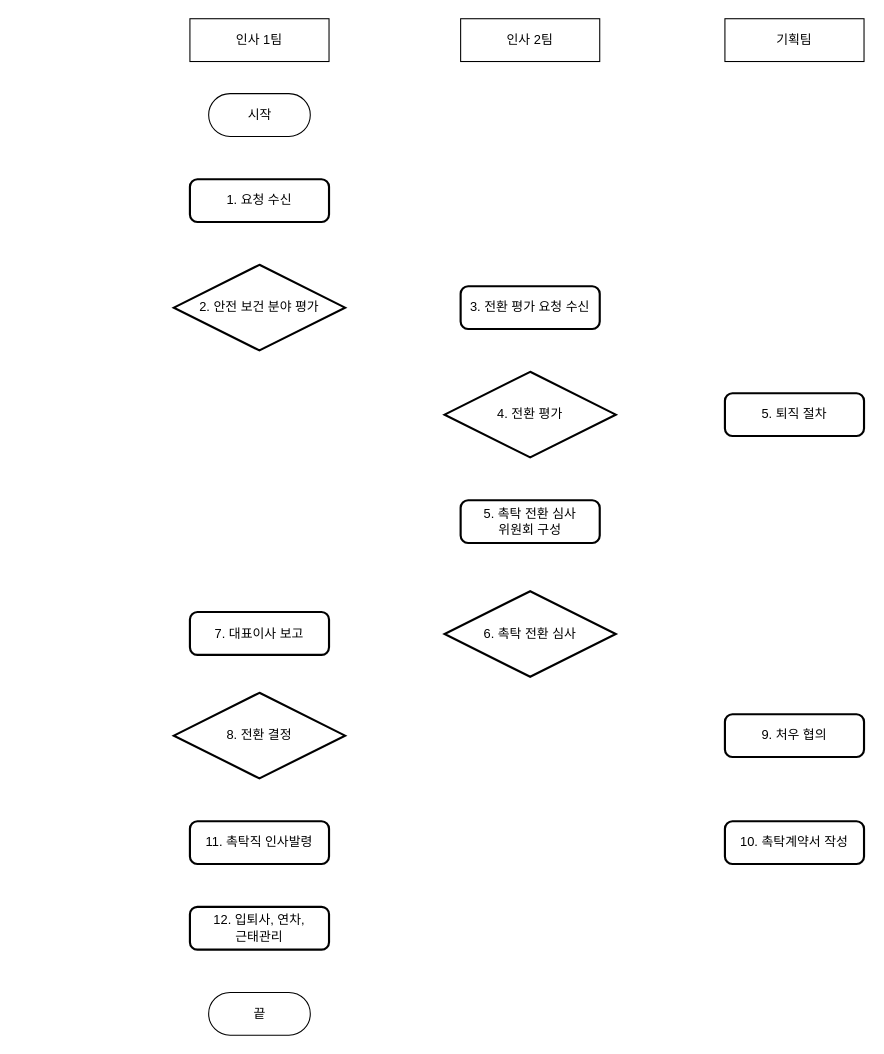
This is 순서도.drawio from everybae/flowchart, a draw.io file, before an edit. Source tidied: cells renumbered, new cells numbered last; positions are measured from the earlier drawing's top-left corner, leaving out a move shared by most shapes. Both pictures are drawn from the tidied source at 107%, with x=0, y=0 at pixel (173, 18).
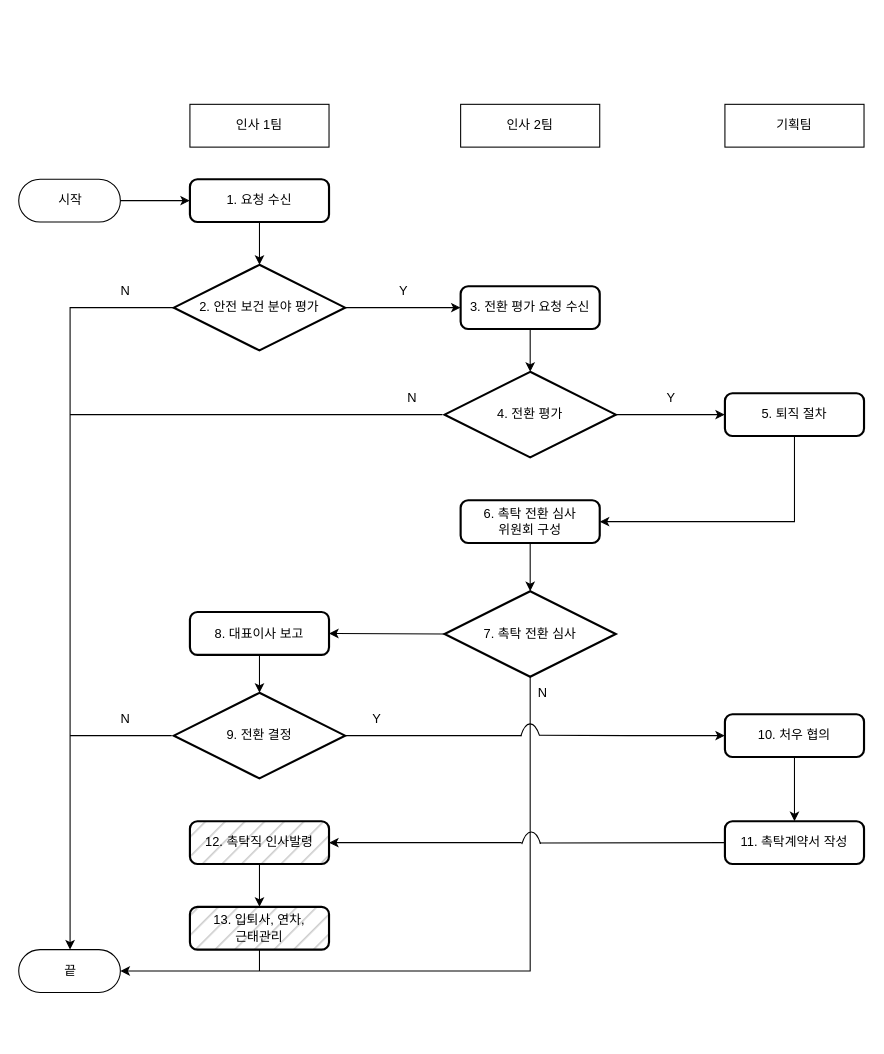
After the change.

Commit message:
순서도.drawio 업데이트

Unchanged cells that the change refers to:
```xml
<mxCell id="6" value="1. 요청 수신" style="rounded=1;whiteSpace=wrap;html=1;absoluteArcSize=1;arcSize=14;strokeWidth=2;" parent="1" vertex="1">
  <mxGeometry x="15" y="150" width="130" height="40" as="geometry" />
</mxCell>
<mxCell id="7" value="2. 안전 보건 분야 평가" style="strokeWidth=2;html=1;shape=mxgraph.flowchart.decision;whiteSpace=wrap;" parent="1" vertex="1">
  <mxGeometry y="230" width="160" height="80" as="geometry" />
</mxCell>
<mxCell id="15" value="3. 전환 평가 요청 수신" style="rounded=1;whiteSpace=wrap;html=1;absoluteArcSize=1;arcSize=14;strokeWidth=2;" parent="1" vertex="1">
  <mxGeometry x="268" y="250" width="130" height="40" as="geometry" />
</mxCell>
<mxCell id="16" value="4. 전환 평가" style="strokeWidth=2;html=1;shape=mxgraph.flowchart.decision;whiteSpace=wrap;" parent="1" vertex="1">
  <mxGeometry x="253" y="330" width="160" height="80" as="geometry" />
</mxCell>
<mxCell id="17" value="5. 퇴직 절차" style="rounded=1;whiteSpace=wrap;html=1;absoluteArcSize=1;arcSize=14;strokeWidth=2;" parent="1" vertex="1">
  <mxGeometry x="515" y="350" width="130" height="40" as="geometry" />
</mxCell>
```

What changed in the source:
```diff
@@
     <mxCell id="2" value="인사 1팀" style="rounded=0;whiteSpace=wrap;html=1;" parent="1" vertex="1">
-      <mxGeometry x="15" width="130" height="40" as="geometry" />
+      <mxGeometry x="15" y="80" width="130" height="40" as="geometry" />
     </mxCell>
     <mxCell id="3" value="인사 2팀" style="rounded=0;whiteSpace=wrap;html=1;" parent="1" vertex="1">
-      <mxGeometry x="268" width="130" height="40" as="geometry" />
+      <mxGeometry x="268" y="80" width="130" height="40" as="geometry" />
     </mxCell>
     <mxCell id="4" value="기획팀" style="rounded=0;whiteSpace=wrap;html=1;" parent="1" vertex="1">
-      <mxGeometry x="515" width="130" height="40" as="geometry" />
+      <mxGeometry x="515" y="80" width="130" height="40" as="geometry" />
     </mxCell>
     <mxCell id="5" value="시작" style="html=1;dashed=0;whitespace=wrap;shape=mxgraph.dfd.start;" parent="1" vertex="1">
-      <mxGeometry x="32.5" y="70" width="95" height="40" as="geometry" />
+      <mxGeometry x="-145" y="150" width="95" height="40" as="geometry" />
     </mxCell>
@@
-    <mxCell id="8" value="5. 촉탁 전환 심사&lt;br&gt;위원회 구성" style="rounded=1;whiteSpace=wrap;html=1;absoluteArcSize=1;arcSize=14;strokeWidth=2;" parent="1" vertex="1">
+    <mxCell id="8" value="6. 촉탁 전환 심사&lt;br&gt;위원회 구성" style="rounded=1;whiteSpace=wrap;html=1;absoluteArcSize=1;arcSize=14;strokeWidth=2;" parent="1" vertex="1">
       <mxGeometry x="268" y="450" width="130" height="40" as="geometry" />
     </mxCell>
-    <mxCell id="9" value="6. 촉탁 전환 심사" style="strokeWidth=2;html=1;shape=mxgraph.flowchart.decision;whiteSpace=wrap;" parent="1" vertex="1">
+    <mxCell id="9" value="7. 촉탁 전환 심사" style="strokeWidth=2;html=1;shape=mxgraph.flowchart.decision;whiteSpace=wrap;" parent="1" vertex="1">
       <mxGeometry x="253" y="535" width="160" height="80" as="geometry" />
     </mxCell>
-    <mxCell id="10" value="7. 대표이사 보고" style="rounded=1;whiteSpace=wrap;html=1;absoluteArcSize=1;arcSize=14;strokeWidth=2;" parent="1" vertex="1">
+    <mxCell id="10" value="8. 대표이사 보고" style="rounded=1;whiteSpace=wrap;html=1;absoluteArcSize=1;arcSize=14;strokeWidth=2;" parent="1" vertex="1">
       <mxGeometry x="15" y="554.5" width="130" height="40" as="geometry" />
     </mxCell>
-    <mxCell id="11" value="8. 전환 결정" style="strokeWidth=2;html=1;shape=mxgraph.flowchart.decision;whiteSpace=wrap;" parent="1" vertex="1">
+    <mxCell id="11" value="9. 전환 결정" style="strokeWidth=2;html=1;shape=mxgraph.flowchart.decision;whiteSpace=wrap;" parent="1" vertex="1">
       <mxGeometry y="630" width="160" height="80" as="geometry" />
     </mxCell>
-    <mxCell id="12" value="11. 촉탁직 인사발령" style="rounded=1;whiteSpace=wrap;html=1;absoluteArcSize=1;arcSize=14;strokeWidth=2;" parent="1" vertex="1">
+    <mxCell id="12" value="12. 촉탁직 인사발령" style="rounded=1;whiteSpace=wrap;html=1;absoluteArcSize=1;arcSize=14;strokeWidth=2;fillStyle=hatch;fillColor=#CCCCCC;" parent="1" vertex="1">
       <mxGeometry x="15" y="750" width="130" height="40" as="geometry" />
     </mxCell>
-    <mxCell id="13" value="12. 입퇴사, 연차,&lt;br&gt;근태관리" style="rounded=1;whiteSpace=wrap;html=1;absoluteArcSize=1;arcSize=14;strokeWidth=2;" parent="1" vertex="1">
+    <mxCell id="13" value="13. 입퇴사, 연차,&lt;br&gt;근태관리" style="rounded=1;whiteSpace=wrap;html=1;absoluteArcSize=1;arcSize=14;strokeWidth=2;fillColor=#CCCCCC;fillStyle=hatch;" parent="1" vertex="1">
       <mxGeometry x="15" y="830" width="130" height="40" as="geometry" />
     </mxCell>
     <mxCell id="14" value="끝" style="html=1;dashed=0;whitespace=wrap;shape=mxgraph.dfd.start;" parent="1" vertex="1">
-      <mxGeometry x="32.5" y="910" width="95" height="40" as="geometry" />
+      <mxGeometry x="-145" y="870" width="95" height="40" as="geometry" />
     </mxCell>
@@
-    <mxCell id="18" value="9. 처우 협의" style="rounded=1;whiteSpace=wrap;html=1;absoluteArcSize=1;arcSize=14;strokeWidth=2;" parent="1" vertex="1">
+    <mxCell id="18" value="10. 처우 협의" style="rounded=1;whiteSpace=wrap;html=1;absoluteArcSize=1;arcSize=14;strokeWidth=2;" parent="1" vertex="1">
       <mxGeometry x="515" y="650" width="130" height="40" as="geometry" />
     </mxCell>
-    <mxCell id="19" value="10. 촉탁계약서 작성" style="rounded=1;whiteSpace=wrap;html=1;absoluteArcSize=1;arcSize=14;strokeWidth=2;" parent="1" vertex="1">
+    <mxCell id="19" value="11. 촉탁계약서 작성" style="rounded=1;whiteSpace=wrap;html=1;absoluteArcSize=1;arcSize=14;strokeWidth=2;" parent="1" vertex="1">
       <mxGeometry x="515" y="750" width="130" height="40" as="geometry" />
     </mxCell>
+    <mxCell id="20" value="Y" style="text;html=1;strokeColor=none;fillColor=none;align=center;verticalAlign=middle;whiteSpace=wrap;rounded=0;fillStyle=hatch;" parent="1" vertex="1">
+      <mxGeometry x="185" y="240" width="60" height="30" as="geometry" />
+    </mxCell>
+    <mxCell id="21" style="endArrow=classic;html=1;rounded=0;exitX=1;exitY=0.5;exitDx=0;exitDy=0;exitPerimeter=0;entryX=0;entryY=0.5;entryDx=0;entryDy=0;" parent="1" edge="1" source="5" target="6">
+      <mxGeometry relative="1" as="geometry" />
+    </mxCell>
+    <mxCell id="22" style="endArrow=classic;html=1;rounded=0;exitX=0.5;exitY=1;exitDx=0;exitDy=0;entryX=0.5;entryY=0;entryDx=0;entryDy=0;entryPerimeter=0;" parent="1" edge="1" source="6" target="7">
+      <mxGeometry relative="1" as="geometry" />
+    </mxCell>
+    <mxCell id="23" style="endArrow=classic;html=1;rounded=0;exitX=1;exitY=0.5;exitDx=0;exitDy=0;entryX=0;entryY=0.5;entryDx=0;entryDy=0;exitPerimeter=0;" parent="1" edge="1" source="7" target="15">
+      <mxGeometry relative="1" as="geometry" />
+    </mxCell>
+    <mxCell id="24" value="N" style="text;html=1;strokeColor=none;fillColor=none;align=center;verticalAlign=middle;whiteSpace=wrap;rounded=0;fillStyle=hatch;" parent="1" vertex="1">
+      <mxGeometry x="-75" y="240" width="60" height="30" as="geometry" />
+    </mxCell>
+    <mxCell id="25" style="endArrow=classic;html=1;rounded=0;exitX=0.5;exitY=1;exitDx=0;exitDy=0;entryX=0.5;entryY=0;entryDx=0;entryDy=0;entryPerimeter=0;" parent="1" edge="1" source="15" target="16">
+      <mxGeometry relative="1" as="geometry" />
+    </mxCell>
+    <mxCell id="26" style="endArrow=classic;html=1;rounded=0;entryX=0;entryY=0.5;entryDx=0;entryDy=0;exitX=1;exitY=0.5;exitDx=0;exitDy=0;exitPerimeter=0;" parent="1" edge="1" source="16" target="17">
+      <mxGeometry relative="1" as="geometry" />
+    </mxCell>
+    <mxCell id="27" value="Y" style="text;html=1;strokeColor=none;fillColor=none;align=center;verticalAlign=middle;whiteSpace=wrap;rounded=0;fillStyle=hatch;" parent="1" vertex="1">
+      <mxGeometry x="435" y="340" width="60" height="30" as="geometry" />
+    </mxCell>
+    <mxCell id="28" style="endArrow=none;html=1;rounded=0;entryX=0;entryY=0.5;entryDx=0;entryDy=0;entryPerimeter=0;" parent="1" edge="1">
+      <mxGeometry relative="1" as="geometry">
+        <mxPoint x="-97" y="370" as="sourcePoint" />
+        <mxPoint x="251" y="370" as="targetPoint" />
+        <Array as="points">
+          <mxPoint x="53" y="370" />
+        </Array>
+      </mxGeometry>
+    </mxCell>
+    <mxCell id="29" style="edgeStyle=elbowEdgeStyle;elbow=horizontal;endArrow=classic;html=1;rounded=0;exitX=0.5;exitY=1;exitDx=0;exitDy=0;entryX=1;entryY=0.5;entryDx=0;entryDy=0;" parent="1" edge="1" source="17" target="8">
+      <mxGeometry relative="1" as="geometry">
+        <Array as="points">
+          <mxPoint x="580" y="470" />
+        </Array>
+      </mxGeometry>
+    </mxCell>
+    <mxCell id="30" style="edgeStyle=elbowEdgeStyle;elbow=horizontal;endArrow=classic;html=1;rounded=0;exitX=0;exitY=0.5;exitDx=0;exitDy=0;exitPerimeter=0;entryX=0.5;entryY=0.5;entryDx=0;entryDy=-20;entryPerimeter=0;" parent="1" edge="1" source="7" target="14">
+      <mxGeometry relative="1" as="geometry">
+        <Array as="points">
+          <mxPoint x="-97" y="570" />
+        </Array>
+      </mxGeometry>
+    </mxCell>
+    <mxCell id="31" value="N" style="text;html=1;strokeColor=none;fillColor=none;align=center;verticalAlign=middle;whiteSpace=wrap;rounded=0;fillStyle=hatch;" parent="1" vertex="1">
+      <mxGeometry x="193" y="340" width="60" height="30" as="geometry" />
+    </mxCell>
+    <mxCell id="32" style="endArrow=classic;html=1;rounded=0;entryX=0.5;entryY=0;entryDx=0;entryDy=0;entryPerimeter=0;exitX=0.5;exitY=1;exitDx=0;exitDy=0;" parent="1" edge="1" source="8" target="9">
+      <mxGeometry relative="1" as="geometry" />
+    </mxCell>
+    <mxCell id="33" style="edgeStyle=elbowEdgeStyle;elbow=horizontal;endArrow=classic;html=1;rounded=0;exitX=0.5;exitY=1;exitDx=0;exitDy=0;exitPerimeter=0;entryX=1;entryY=0.5;entryDx=0;entryDy=0;entryPerimeter=0;" parent="1" edge="1" source="9" target="14">
+      <mxGeometry relative="1" as="geometry">
+        <Array as="points">
+          <mxPoint x="333" y="760" />
+        </Array>
+      </mxGeometry>
+    </mxCell>
+    <mxCell id="34" value="N" style="text;html=1;strokeColor=none;fillColor=none;align=center;verticalAlign=middle;whiteSpace=wrap;rounded=0;fillStyle=hatch;" parent="1" vertex="1">
+      <mxGeometry x="315" y="615" width="60" height="30" as="geometry" />
+    </mxCell>
+    <mxCell id="35" style="endArrow=classic;html=1;rounded=0;exitX=0;exitY=0.5;exitDx=0;exitDy=0;exitPerimeter=0;entryX=1;entryY=0.5;entryDx=0;entryDy=0;" parent="1" edge="1" source="9" target="10">
+      <mxGeometry relative="1" as="geometry" />
+    </mxCell>
+    <mxCell id="36" style="endArrow=classic;html=1;rounded=0;exitX=0.5;exitY=1;exitDx=0;exitDy=0;entryX=0.5;entryY=0;entryDx=0;entryDy=0;entryPerimeter=0;" parent="1" edge="1" source="10" target="11">
+      <mxGeometry relative="1" as="geometry" />
+    </mxCell>
+    <mxCell id="37" value="Y" style="text;html=1;strokeColor=none;fillColor=none;align=center;verticalAlign=middle;whiteSpace=wrap;rounded=0;fillStyle=hatch;" parent="1" vertex="1">
+      <mxGeometry x="160" y="640" width="60" height="30" as="geometry" />
+    </mxCell>
+    <mxCell id="38" style="endArrow=none;html=1;rounded=0;entryX=0;entryY=0.5;entryDx=0;entryDy=0;entryPerimeter=0;" parent="1" edge="1">
+      <mxGeometry relative="1" as="geometry">
+        <mxPoint x="-97" y="670" as="sourcePoint" />
+        <mxPoint x="-2" y="670" as="targetPoint" />
+      </mxGeometry>
+    </mxCell>
+    <mxCell id="39" value="N" style="text;html=1;strokeColor=none;fillColor=none;align=center;verticalAlign=middle;whiteSpace=wrap;rounded=0;fillStyle=hatch;" parent="1" vertex="1">
+      <mxGeometry x="-75" y="640" width="60" height="30" as="geometry" />
+    </mxCell>
+    <mxCell id="40" style="endArrow=none;html=1;rounded=0;exitX=1;exitY=0.5;exitDx=0;exitDy=0;exitPerimeter=0;" parent="1" edge="1" source="11">
+      <mxGeometry relative="1" as="geometry">
+        <mxPoint x="325" y="670" as="targetPoint" />
+      </mxGeometry>
+    </mxCell>
+    <mxCell id="41" style="verticalLabelPosition=bottom;verticalAlign=top;html=1;shape=mxgraph.basic.arc;startAngle=0.8678172379377097;endAngle=0.13005084156792177;fillStyle=hatch;fillColor=#CCCCCC;" parent="1" vertex="1">
+      <mxGeometry x="321" y="659" width="24" height="70" as="geometry" />
+    </mxCell>
+    <mxCell id="42" style="endArrow=classic;html=1;rounded=0;exitX=0.861;exitY=0.152;exitDx=0;exitDy=0;exitPerimeter=0;entryX=0;entryY=0.5;entryDx=0;entryDy=0;" parent="1" edge="1" source="41" target="18">
+      <mxGeometry relative="1" as="geometry">
+        <Array as="points">
+          <mxPoint x="425" y="670" />
+        </Array>
+      </mxGeometry>
+    </mxCell>
+    <mxCell id="43" style="endArrow=classic;html=1;rounded=0;entryX=0.5;entryY=0;entryDx=0;entryDy=0;exitX=0.5;exitY=1;exitDx=0;exitDy=0;" parent="1" edge="1" source="18" target="19">
+      <mxGeometry relative="1" as="geometry" />
+    </mxCell>
+    <mxCell id="44" style="endArrow=none;html=1;rounded=0;entryX=0;entryY=0.5;entryDx=0;entryDy=0;exitX=0.819;exitY=0.148;exitDx=0;exitDy=0;exitPerimeter=0;" parent="1" edge="1" source="45" target="19">
+      <mxGeometry relative="1" as="geometry" />
+    </mxCell>
+    <mxCell id="45" style="verticalLabelPosition=bottom;verticalAlign=top;html=1;shape=mxgraph.basic.arc;startAngle=0.8678172379377097;endAngle=0.13005084156792177;fillStyle=hatch;fillColor=#CCCCCC;" parent="1" vertex="1">
+      <mxGeometry x="322" y="760" width="24" height="70" as="geometry" />
+    </mxCell>
+    <mxCell id="46" style="endArrow=classic;html=1;rounded=0;entryX=1;entryY=0.5;entryDx=0;entryDy=0;" parent="1" edge="1" target="12">
+      <mxGeometry relative="1" as="geometry">
+        <mxPoint x="325" y="770" as="sourcePoint" />
+      </mxGeometry>
+    </mxCell>
+    <mxCell id="47" style="endArrow=classic;html=1;rounded=0;exitX=0.5;exitY=1;exitDx=0;exitDy=0;entryX=0.5;entryY=0;entryDx=0;entryDy=0;" parent="1" edge="1" source="12" target="13">
+      <mxGeometry relative="1" as="geometry" />
+    </mxCell>
+    <mxCell id="48" style="endArrow=none;html=1;rounded=0;exitX=0.5;exitY=1;exitDx=0;exitDy=0;" parent="1" edge="1" source="13">
+      <mxGeometry relative="1" as="geometry">
+        <mxPoint x="80" y="890" as="targetPoint" />
+      </mxGeometry>
+    </mxCell>
```
